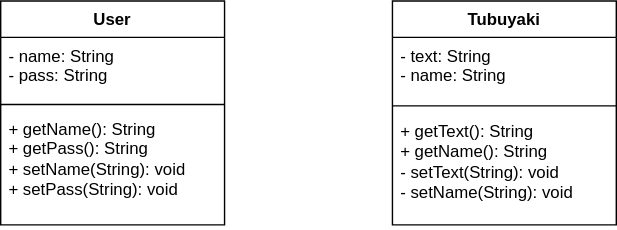
This is class-design.svg from akira-sanada/software-engineering, a draw.io export, as it was before one commit. Source tidied: cells renumbered, new cells last; positions are measured from the earlier drawing's top-left corner, leaving out a move shared by most shapes.
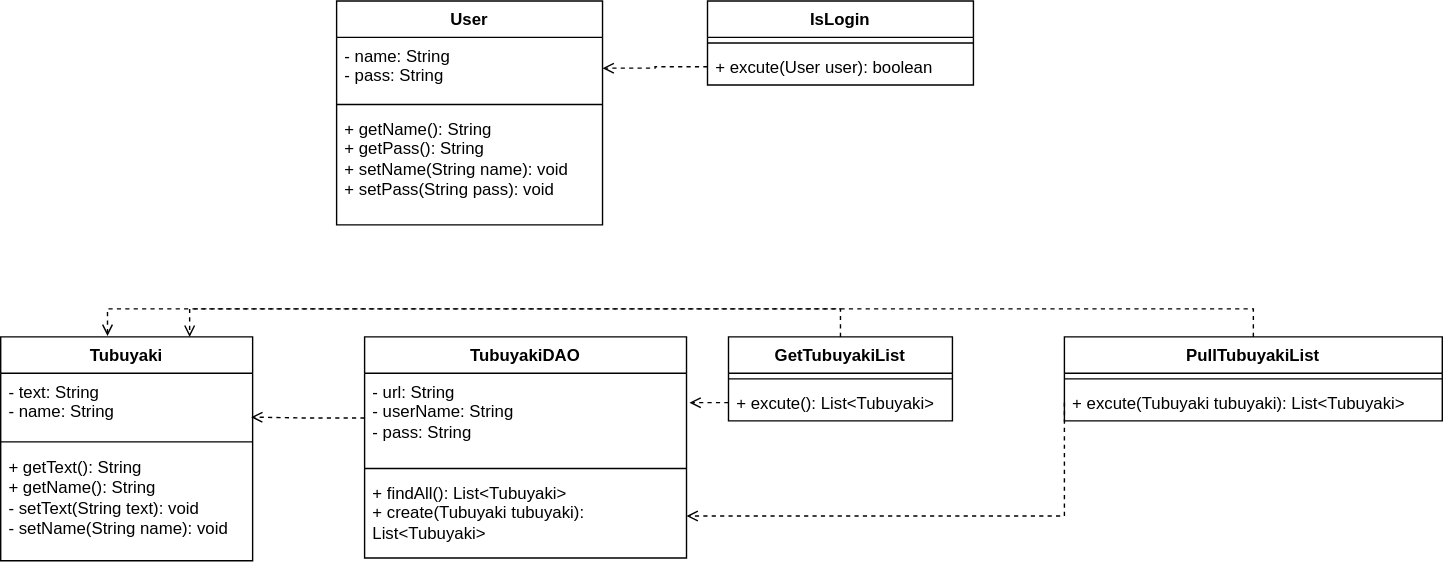
After the change.

What changed in the source:
```diff
@@ -3,28 +3,89 @@
     <mxCell id="0" />
     <mxCell id="1" parent="0" />
     <mxCell id="2" value="User" style="swimlane;fontStyle=1;align=center;verticalAlign=top;horizontal=1;startSize=26;whiteSpace=wrap;html=1;" parent="1" vertex="1">
-      <mxGeometry width="160" height="160" as="geometry" />
+      <mxGeometry x="-120" y="-40" width="190" height="160" as="geometry" />
     </mxCell>
     <mxCell id="3" value="- name: String&lt;div&gt;- pass: String&lt;/div&gt;" style="text;strokeColor=none;fillColor=none;align=left;verticalAlign=top;spacingLeft=4;spacingRight=4;overflow=hidden;points=[[0,0.5],[1,0.5]];portConstraint=eastwest;whiteSpace=wrap;html=1;" parent="2" vertex="1">
-      <mxGeometry y="26" width="160" height="44" as="geometry" />
+      <mxGeometry y="26" width="190" height="44" as="geometry" />
     </mxCell>
     <mxCell id="4" style="line;strokeWidth=1;fillColor=none;align=left;verticalAlign=middle;spacingTop=-1;spacingLeft=3;spacingRight=3;labelPosition=right;strokeColor=inherit;" parent="2" vertex="1">
-      <mxGeometry y="70" width="160" height="8" as="geometry" />
+      <mxGeometry y="70" width="190" height="8" as="geometry" />
     </mxCell>
-    <mxCell id="5" value="+ getName(): String&lt;div&gt;+ getPass(): String&lt;/div&gt;&lt;div&gt;+ setName(String): void&lt;/div&gt;&lt;div&gt;+ setPass(String): void&lt;/div&gt;" style="text;strokeColor=none;fillColor=none;align=left;verticalAlign=top;spacingLeft=4;spacingRight=4;overflow=hidden;whiteSpace=wrap;html=1;" parent="2" vertex="1">
-      <mxGeometry y="78" width="160" height="82" as="geometry" />
+    <mxCell id="5" value="+ getName(): String&lt;div&gt;+ getPass(): String&lt;/div&gt;&lt;div&gt;+ setName(String name): void&lt;/div&gt;&lt;div&gt;+ setPass(String pass): void&lt;/div&gt;" style="text;strokeColor=none;fillColor=none;align=left;verticalAlign=top;spacingLeft=4;spacingRight=4;overflow=hidden;whiteSpace=wrap;html=1;" parent="2" vertex="1">
+      <mxGeometry y="78" width="190" height="82" as="geometry" />
     </mxCell>
     <mxCell id="6" value="Tubuyaki" style="swimlane;fontStyle=1;align=center;verticalAlign=top;horizontal=1;startSize=26;whiteSpace=wrap;html=1;" parent="1" vertex="1">
-      <mxGeometry x="280" width="160" height="160" as="geometry" />
+      <mxGeometry x="-360" y="200" width="180" height="160" as="geometry" />
     </mxCell>
     <mxCell id="7" value="- text: String&lt;div&gt;- name: String&lt;/div&gt;" style="text;strokeColor=none;fillColor=none;align=left;verticalAlign=top;spacingLeft=4;spacingRight=4;overflow=hidden;points=[[0,0.5],[1,0.5]];portConstraint=eastwest;whiteSpace=wrap;html=1;" parent="6" vertex="1">
-      <mxGeometry y="26" width="160" height="44" as="geometry" />
+      <mxGeometry y="26" width="180" height="44" as="geometry" />
     </mxCell>
     <mxCell id="8" style="line;strokeWidth=1;fillColor=none;align=left;verticalAlign=middle;spacingTop=-1;spacingLeft=3;spacingRight=3;labelPosition=right;strokeColor=inherit;" parent="6" vertex="1">
-      <mxGeometry y="70" width="160" height="10" as="geometry" />
+      <mxGeometry y="70" width="180" height="10" as="geometry" />
     </mxCell>
-    <mxCell id="9" value="+ getText(): String&lt;div&gt;+ getName(): String&lt;/div&gt;&lt;div&gt;- setText(String): void&lt;/div&gt;&lt;div&gt;- setName(String): void&lt;/div&gt;" style="text;strokeColor=none;fillColor=none;align=left;verticalAlign=top;spacingLeft=4;spacingRight=4;overflow=hidden;whiteSpace=wrap;html=1;" parent="6" vertex="1">
-      <mxGeometry y="80" width="160" height="80" as="geometry" />
+    <mxCell id="9" value="+ getText(): String&lt;div&gt;+ getName(): String&lt;/div&gt;&lt;div&gt;- setText(String text): void&lt;/div&gt;&lt;div&gt;- setName(String name): void&lt;/div&gt;" style="text;strokeColor=none;fillColor=none;align=left;verticalAlign=top;spacingLeft=4;spacingRight=4;overflow=hidden;whiteSpace=wrap;html=1;" parent="6" vertex="1">
+      <mxGeometry y="80" width="180" height="80" as="geometry" />
     </mxCell>
+    <mxCell id="10" value="IsLogin" style="swimlane;fontStyle=1;align=center;verticalAlign=top;horizontal=1;startSize=26;whiteSpace=wrap;html=1;" parent="1" vertex="1">
+      <mxGeometry x="145" y="-40" width="190" height="60" as="geometry" />
+    </mxCell>
+    <mxCell id="11" style="line;strokeWidth=1;fillColor=none;align=left;verticalAlign=middle;spacingTop=-1;spacingLeft=3;spacingRight=3;labelPosition=right;strokeColor=inherit;" parent="10" vertex="1">
+      <mxGeometry y="26" width="190" height="8" as="geometry" />
+    </mxCell>
+    <mxCell id="12" value="+ excute(User user): boolean" style="text;strokeColor=none;fillColor=none;align=left;verticalAlign=top;spacingLeft=4;spacingRight=4;overflow=hidden;points=[[0,0.5],[1,0.5]];portConstraint=eastwest;whiteSpace=wrap;html=1;" parent="10" vertex="1">
+      <mxGeometry y="34" width="190" height="26" as="geometry" />
+    </mxCell>
+    <mxCell id="13" value="TubuyakiDAO" style="swimlane;fontStyle=1;align=center;verticalAlign=top;horizontal=1;startSize=26;whiteSpace=wrap;html=1;" parent="1" vertex="1">
+      <mxGeometry x="-100" y="200" width="230" height="158" as="geometry" />
+    </mxCell>
+    <mxCell id="14" value="- url: String&lt;div&gt;- userName: String&lt;/div&gt;&lt;div&gt;- pass: String&lt;/div&gt;" style="text;strokeColor=none;fillColor=none;align=left;verticalAlign=top;spacingLeft=4;spacingRight=4;overflow=hidden;points=[[0,0.5],[1,0.5]];portConstraint=eastwest;whiteSpace=wrap;html=1;" parent="13" vertex="1">
+      <mxGeometry y="26" width="230" height="64" as="geometry" />
+    </mxCell>
+    <mxCell id="15" style="line;strokeWidth=1;fillColor=none;align=left;verticalAlign=middle;spacingTop=-1;spacingLeft=3;spacingRight=3;labelPosition=right;strokeColor=inherit;" parent="13" vertex="1">
+      <mxGeometry y="90" width="230" height="8" as="geometry" />
+    </mxCell>
+    <mxCell id="16" value="+ findAll(): List&amp;lt;Tubuyaki&amp;gt;&lt;div&gt;+ create(Tubuyaki tubuyaki): List&amp;lt;Tubuyaki&amp;gt;&lt;/div&gt;" style="text;strokeColor=none;fillColor=none;align=left;verticalAlign=top;spacingLeft=4;spacingRight=4;overflow=hidden;points=[[0,0.5],[1,0.5]];portConstraint=eastwest;whiteSpace=wrap;html=1;" parent="13" vertex="1">
+      <mxGeometry y="98" width="230" height="60" as="geometry" />
+    </mxCell>
+    <mxCell id="17" value="GetTubuyakiList" style="swimlane;fontStyle=1;align=center;verticalAlign=top;horizontal=1;startSize=26;whiteSpace=wrap;html=1;" parent="1" vertex="1">
+      <mxGeometry x="160" y="200" width="160" height="60" as="geometry" />
+    </mxCell>
+    <mxCell id="18" style="line;strokeWidth=1;fillColor=none;align=left;verticalAlign=middle;spacingTop=-1;spacingLeft=3;spacingRight=3;labelPosition=right;strokeColor=inherit;" parent="17" vertex="1">
+      <mxGeometry y="26" width="160" height="8" as="geometry" />
+    </mxCell>
+    <mxCell id="19" value="+ excute(): List&amp;lt;Tubuyaki&amp;gt;" style="text;strokeColor=none;fillColor=none;align=left;verticalAlign=top;spacingLeft=4;spacingRight=4;overflow=hidden;points=[[0,0.5],[1,0.5]];portConstraint=eastwest;whiteSpace=wrap;html=1;" parent="17" vertex="1">
+      <mxGeometry y="34" width="160" height="26" as="geometry" />
+    </mxCell>
+    <mxCell id="20" style="edgeStyle=orthogonalEdgeStyle;rounded=0;jettySize=auto;html=1;exitX=0.5;exitY=0;exitDx=0;exitDy=0;entryX=0.75;entryY=0;entryDx=0;entryDy=0;dashed=1;endArrow=open;endFill=0;" parent="1" edge="1" source="21" target="6">
+      <mxGeometry relative="1" as="geometry" />
+    </mxCell>
+    <mxCell id="21" value="PullTubuyakiList" style="swimlane;fontStyle=1;align=center;verticalAlign=top;horizontal=1;startSize=26;whiteSpace=wrap;html=1;" parent="1" vertex="1">
+      <mxGeometry x="400" y="200" width="270" height="60" as="geometry" />
+    </mxCell>
+    <mxCell id="22" style="line;strokeWidth=1;fillColor=none;align=left;verticalAlign=middle;spacingTop=-1;spacingLeft=3;spacingRight=3;labelPosition=right;strokeColor=inherit;" parent="21" vertex="1">
+      <mxGeometry y="26" width="270" height="8" as="geometry" />
+    </mxCell>
+    <mxCell id="23" value="+ excute(Tubuyaki tubuyaki): List&amp;lt;Tubuyaki&amp;gt;" style="text;strokeColor=none;fillColor=none;align=left;verticalAlign=top;spacingLeft=4;spacingRight=4;overflow=hidden;points=[[0,0.5],[1,0.5]];portConstraint=eastwest;whiteSpace=wrap;html=1;" parent="21" vertex="1">
+      <mxGeometry y="34" width="270" height="26" as="geometry" />
+    </mxCell>
+    <mxCell id="24" style="edgeStyle=orthogonalEdgeStyle;rounded=0;jettySize=auto;html=1;exitX=0;exitY=0.5;exitDx=0;exitDy=0;entryX=1;entryY=0.5;entryDx=0;entryDy=0;dashed=1;endArrow=open;endFill=0;" parent="1" edge="1" source="12" target="3">
+      <mxGeometry relative="1" as="geometry" />
+    </mxCell>
+    <mxCell id="25" style="edgeStyle=orthogonalEdgeStyle;rounded=0;jettySize=auto;html=1;exitX=0;exitY=0.5;exitDx=0;exitDy=0;entryX=1.009;entryY=0.313;entryDx=0;entryDy=0;entryPerimeter=0;dashed=1;endArrow=open;endFill=0;" parent="1" edge="1" source="19" target="14">
+      <mxGeometry relative="1" as="geometry" />
+    </mxCell>
+    <mxCell id="26" style="edgeStyle=orthogonalEdgeStyle;rounded=0;jettySize=auto;html=1;exitX=0;exitY=0.5;exitDx=0;exitDy=0;entryX=1;entryY=0.5;entryDx=0;entryDy=0;dashed=1;endArrow=open;endFill=0;" parent="1" edge="1" source="23" target="16">
+      <mxGeometry relative="1" as="geometry">
+        <Array as="points">
+          <mxPoint x="400" y="328" />
+        </Array>
+      </mxGeometry>
+    </mxCell>
+    <mxCell id="27" style="edgeStyle=orthogonalEdgeStyle;rounded=0;jettySize=auto;html=1;exitX=0;exitY=0.5;exitDx=0;exitDy=0;entryX=0.994;entryY=0.712;entryDx=0;entryDy=0;entryPerimeter=0;dashed=1;endArrow=open;endFill=0;" parent="1" edge="1" source="14" target="7">
+      <mxGeometry relative="1" as="geometry" />
+    </mxCell>
+    <mxCell id="28" style="edgeStyle=orthogonalEdgeStyle;rounded=0;jettySize=auto;html=1;exitX=0.5;exitY=0;exitDx=0;exitDy=0;entryX=0.424;entryY=-0.004;entryDx=0;entryDy=0;entryPerimeter=0;dashed=1;endArrow=open;endFill=0;" parent="1" edge="1" source="17" target="6">
+      <mxGeometry relative="1" as="geometry" />
+    </mxCell>
   </root>
 </mxGraphModel>
```
